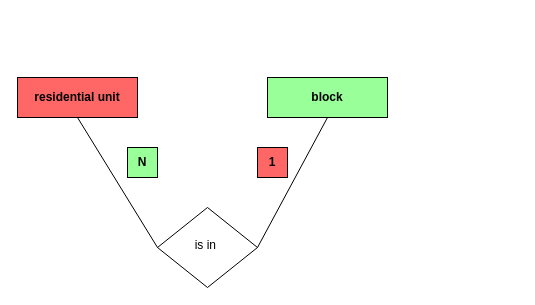
Above: Untitled Diagram.drawio in aarzt21/python (draw.io), before the change. Source tidied: cells renumbered, new cells numbered last; positions are measured from the earlier drawing's top-left corner, leaving out a move shared by most shapes. Both pictures are drawn from the tidied source at 100%, with x=0, y=0 at pixel (17, 77).
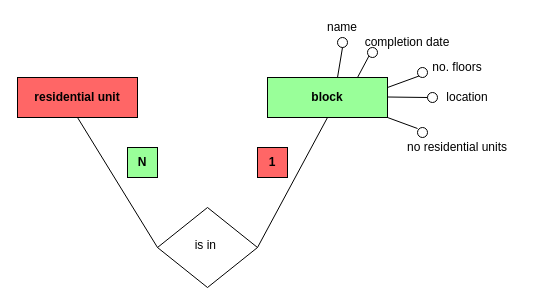
The same diagram, later.

Unchanged cells that the change refers to:
```xml
<mxCell id="7" value="&lt;b&gt;block&lt;/b&gt;" style="rounded=0;whiteSpace=wrap;html=1;gradientColor=none;fillColor=#99FF99;" parent="1" vertex="1">
  <mxGeometry x="250" width="120" height="40" as="geometry" />
</mxCell>
```

Diff of the diagram source:
```diff
@@
+    <mxCell id="9" style="endArrow=none;html=1;entryX=0.5;entryY=1;entryDx=0;entryDy=0;" parent="1" edge="1" target="10">
+      <mxGeometry relative="1" as="geometry">
+        <mxPoint x="320" as="sourcePoint" />
+      </mxGeometry>
+    </mxCell>
+    <mxCell id="10" style="ellipse;whiteSpace=wrap;html=1;fillColor=none;gradientColor=none;" parent="1" vertex="1">
+      <mxGeometry x="320" y="-40" width="10" height="10" as="geometry" />
+    </mxCell>
+    <mxCell id="11" value="name" style="text;html=1;strokeColor=none;fillColor=none;align=center;verticalAlign=middle;whiteSpace=wrap;rounded=0;" parent="1" vertex="1">
+      <mxGeometry x="305" y="-60" width="40" height="20" as="geometry" />
+    </mxCell>
+    <mxCell id="12" style="endArrow=none;html=1;exitX=0.75;exitY=0;exitDx=0;exitDy=0;entryX=0;entryY=1;entryDx=0;entryDy=0;" parent="1" edge="1" source="7" target="13">
+      <mxGeometry relative="1" as="geometry" />
+    </mxCell>
+    <mxCell id="13" style="ellipse;whiteSpace=wrap;html=1;fillColor=none;gradientColor=none;" parent="1" vertex="1">
+      <mxGeometry x="350" y="-30" width="10" height="10" as="geometry" />
+    </mxCell>
+    <mxCell id="14" value="completion date" style="text;html=1;strokeColor=none;fillColor=none;align=center;verticalAlign=middle;whiteSpace=wrap;rounded=0;" parent="1" vertex="1">
+      <mxGeometry x="340" y="-45" width="100" height="20" as="geometry" />
+    </mxCell>
+    <mxCell id="15" style="endArrow=none;html=1;exitX=0.75;exitY=0;exitDx=0;exitDy=0;entryX=0;entryY=1;entryDx=0;entryDy=0;" parent="1" edge="1" target="16">
+      <mxGeometry relative="1" as="geometry">
+        <mxPoint x="370" y="10" as="sourcePoint" />
+      </mxGeometry>
+    </mxCell>
+    <mxCell id="16" style="ellipse;whiteSpace=wrap;html=1;fillColor=none;gradientColor=none;" parent="1" vertex="1">
+      <mxGeometry x="400" y="-10" width="10" height="10" as="geometry" />
+    </mxCell>
+    <mxCell id="17" value="no. floors" style="text;html=1;strokeColor=none;fillColor=none;align=center;verticalAlign=middle;whiteSpace=wrap;rounded=0;" parent="1" vertex="1">
+      <mxGeometry x="400" y="-20" width="80" height="20" as="geometry" />
+    </mxCell>
+    <mxCell id="18" style="endArrow=none;html=1;exitX=0.75;exitY=0;exitDx=0;exitDy=0;" parent="1" edge="1">
+      <mxGeometry relative="1" as="geometry">
+        <mxPoint x="370" y="19.5" as="sourcePoint" />
+        <mxPoint x="410" y="20" as="targetPoint" />
+      </mxGeometry>
+    </mxCell>
+    <mxCell id="19" style="ellipse;whiteSpace=wrap;html=1;fillColor=none;gradientColor=none;" parent="1" vertex="1">
+      <mxGeometry x="410" y="15" width="10" height="10" as="geometry" />
+    </mxCell>
+    <mxCell id="20" value="location" style="text;html=1;strokeColor=none;fillColor=none;align=center;verticalAlign=middle;whiteSpace=wrap;rounded=0;" parent="1" vertex="1">
+      <mxGeometry x="410" y="10" width="80" height="20" as="geometry" />
+    </mxCell>
+    <mxCell id="21" style="endArrow=none;html=1;exitX=0.75;exitY=0;exitDx=0;exitDy=0;" parent="1" edge="1">
+      <mxGeometry relative="1" as="geometry">
+        <mxPoint x="370" y="40" as="sourcePoint" />
+        <mxPoint x="400" y="51" as="targetPoint" />
+      </mxGeometry>
+    </mxCell>
+    <mxCell id="22" style="ellipse;whiteSpace=wrap;html=1;fillColor=none;gradientColor=none;" parent="1" vertex="1">
+      <mxGeometry x="400" y="50" width="10" height="10" as="geometry" />
+    </mxCell>
+    <mxCell id="23" value="no residential units" style="text;html=1;strokeColor=none;fillColor=none;align=center;verticalAlign=middle;whiteSpace=wrap;rounded=0;" parent="1" vertex="1">
+      <mxGeometry x="380" y="60" width="120" height="20" as="geometry" />
+    </mxCell>
```
